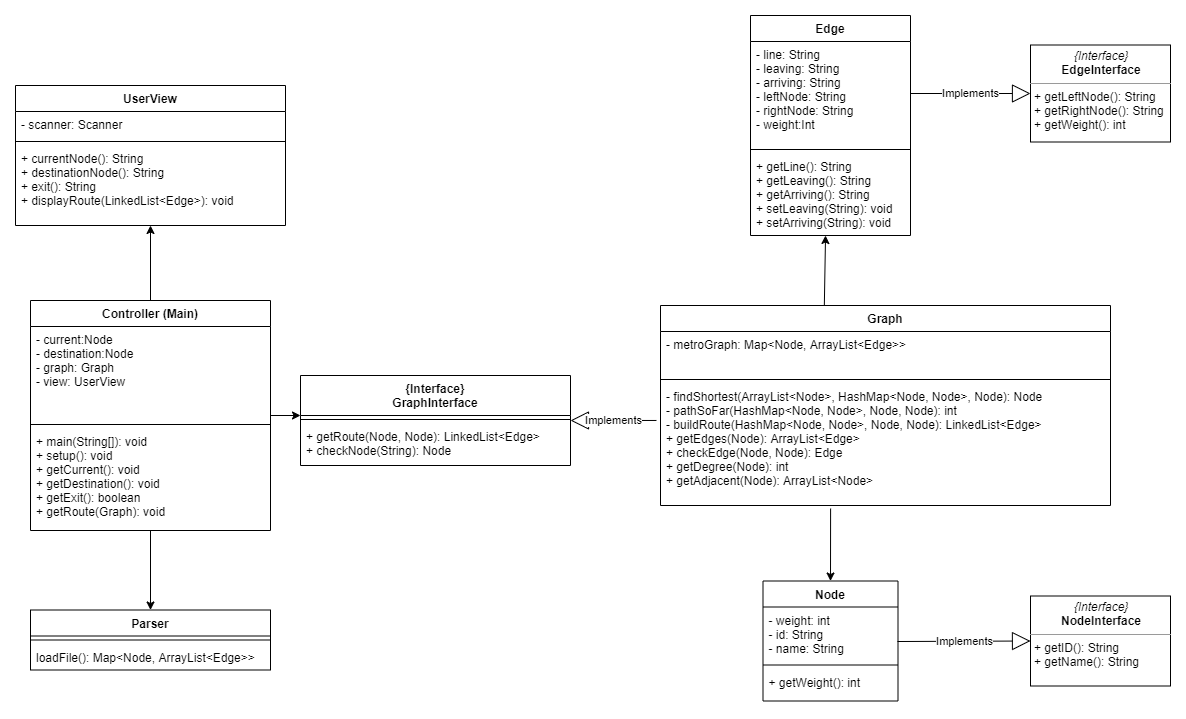
The draw.io diagram FinalBlockDiagram.png in thewolfaxe/CS308Metro, before a commit. Source tidied: cells renumbered, new cells last; positions are measured from the earlier drawing's top-left corner, leaving out a move shared by most shapes.
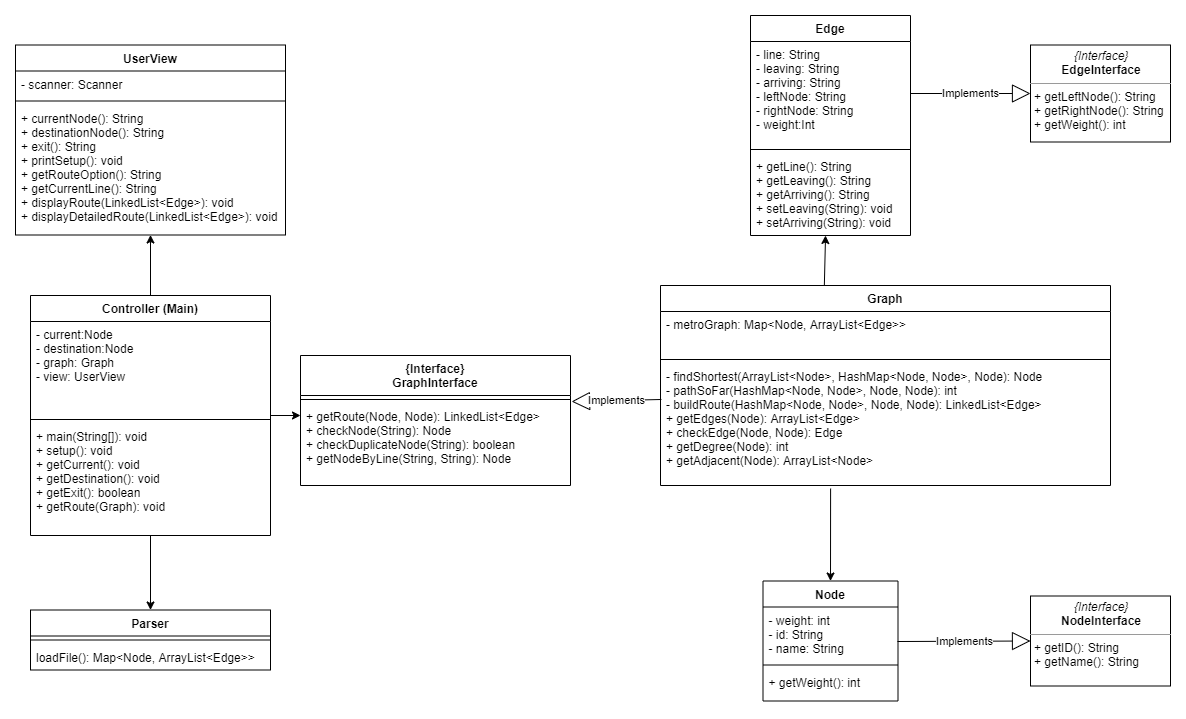
After the change.

The edit, as a diff of the source:
```diff
@@ -12,13 +12,13 @@
       <mxGeometry y="34" width="240" height="26" as="geometry" />
     </mxCell>
     <mxCell id="5" value="{Interface}&#10;GraphInterface" style="swimlane;fontStyle=1;align=center;verticalAlign=top;horizontal=1;startSize=40;" parent="1" vertex="1">
-      <mxGeometry x="285" y="360" width="270" height="90" as="geometry" />
+      <mxGeometry x="285" y="340" width="270" height="130" as="geometry" />
     </mxCell>
     <mxCell id="6" style="line;strokeWidth=1;fillColor=none;align=left;verticalAlign=middle;spacingTop=-1;spacingLeft=3;spacingRight=3;labelPosition=right;" parent="5" vertex="1">
       <mxGeometry y="40" width="270" height="8" as="geometry" />
     </mxCell>
-    <mxCell id="7" value="+ getRoute(Node, Node): LinkedList&lt;Edge&gt;&#10;+ checkNode(String): Node" style="text;strokeColor=none;fillColor=none;align=left;verticalAlign=top;spacingLeft=4;spacingRight=4;overflow=hidden;points=[[0,0.5],[1,0.5]];portConstraint=eastwest;" parent="5" vertex="1">
-      <mxGeometry y="48" width="270" height="42" as="geometry" />
+    <mxCell id="7" value="+ getRoute(Node, Node): LinkedList&lt;Edge&gt;&#10;+ checkNode(String): Node&#10;+ checkDuplicateNode(String): boolean&#10;+ getNodeByLine(String, String): Node" style="text;strokeColor=none;fillColor=none;align=left;verticalAlign=top;spacingLeft=4;spacingRight=4;overflow=hidden;points=[[0,0.5],[1,0.5]];portConstraint=eastwest;" parent="5" vertex="1">
+      <mxGeometry y="48" width="270" height="82" as="geometry" />
     </mxCell>
     <mxCell id="8" value="Node" style="swimlane;fontStyle=1;align=center;verticalAlign=top;horizontal=1;startSize=26;" parent="1" vertex="1">
       <mxGeometry x="747.5" y="565.5" width="135" height="120" as="geometry" />
@@ -40,11 +40,11 @@
     <mxCell id="13" style="edgeStyle=orthogonalEdgeStyle;rounded=0;jettySize=auto;html=1;" parent="1" edge="1" source="15" target="2">
       <mxGeometry relative="1" as="geometry" />
     </mxCell>
-    <mxCell id="14" style="edgeStyle=orthogonalEdgeStyle;rounded=0;jettySize=auto;html=1;entryX=0.5;entryY=1;entryDx=0;entryDy=0;" parent="1" edge="1" source="15" target="34">
+    <mxCell id="14" style="edgeStyle=orthogonalEdgeStyle;rounded=0;jettySize=auto;html=1;entryX=0.5;entryY=1;entryDx=0;entryDy=0;entryPerimeter=0;" parent="1" edge="1" source="15" target="37">
       <mxGeometry relative="1" as="geometry" />
     </mxCell>
     <mxCell id="15" value="Controller (Main)" style="swimlane;fontStyle=1;align=center;verticalAlign=top;horizontal=1;startSize=26;" parent="1" vertex="1">
-      <mxGeometry x="15" y="285" width="240" height="230" as="geometry" />
+      <mxGeometry x="15" y="280" width="240" height="240" as="geometry" />
     </mxCell>
     <mxCell id="16" value="- current:Node&#10;- destination:Node&#10;- graph: Graph&#10;- view: UserView" style="text;strokeColor=none;fillColor=none;align=left;verticalAlign=top;spacingLeft=4;spacingRight=4;overflow=hidden;" parent="15" vertex="1">
       <mxGeometry y="26" width="240" height="94" as="geometry" />
@@ -52,8 +52,8 @@
     <mxCell id="17" style="line;strokeWidth=1;fillColor=none;align=left;verticalAlign=middle;spacingTop=-1;spacingLeft=3;spacingRight=3;labelPosition=right;" parent="15" vertex="1">
       <mxGeometry y="120" width="240" height="8" as="geometry" />
     </mxCell>
-    <mxCell id="18" value="+ main(String[]): void&#10;+ setup(): void&#10;+ getCurrent(): void&#10;+ getDestination(): void&#10;+ getExit(): boolean&#10;+ getRoute(Graph): void" style="text;strokeColor=none;fillColor=none;align=left;verticalAlign=top;spacingLeft=4;spacingRight=4;overflow=hidden;" parent="15" vertex="1">
-      <mxGeometry y="128" width="240" height="102" as="geometry" />
+    <mxCell id="18" value="+ main(String[]): void&#10;+ setup(): void&#10;+ getCurrent(): void&#10;+ getDestination(): void&#10;+ getExit(): boolean&#10;+ getRoute(Graph): void&#10;" style="text;strokeColor=none;fillColor=none;align=left;verticalAlign=top;spacingLeft=4;spacingRight=4;overflow=hidden;" parent="15" vertex="1">
+      <mxGeometry y="128" width="240" height="112" as="geometry" />
     </mxCell>
     <mxCell id="19" value="&lt;p style=&quot;margin: 0px ; margin-top: 4px ; text-align: center&quot;&gt;&lt;i&gt;{Interface}&lt;/i&gt;&lt;br&gt;&lt;b&gt;NodeInterface&lt;/b&gt;&lt;/p&gt;&lt;hr size=&quot;1&quot;&gt;&lt;p style=&quot;margin: 0px ; margin-left: 4px&quot;&gt;&lt;span&gt;+ getID(): String&lt;/span&gt;&lt;br&gt;&lt;/p&gt;&lt;p style=&quot;margin: 0px ; margin-left: 4px&quot;&gt;+ getName(): String&lt;br&gt;&lt;/p&gt;" style="verticalAlign=top;align=left;overflow=fill;fontSize=12;fontFamily=Helvetica;html=1;" parent="1" vertex="1">
       <mxGeometry x="1015" y="580.5" width="140" height="90" as="geometry" />
@@ -73,7 +73,7 @@
     <mxCell id="24" value="&lt;p style=&quot;margin: 0px ; margin-top: 4px ; text-align: center&quot;&gt;&lt;i&gt;{Interface}&lt;/i&gt;&lt;br&gt;&lt;b&gt;EdgeInterface&lt;/b&gt;&lt;/p&gt;&lt;hr size=&quot;1&quot;&gt;&lt;p style=&quot;margin: 0px ; margin-left: 4px&quot;&gt;+ getLeftNode(): String&lt;br&gt;&lt;/p&gt;&lt;p style=&quot;margin: 0px ; margin-left: 4px&quot;&gt;+ getRightNode(): String&lt;/p&gt;&lt;p style=&quot;margin: 0px ; margin-left: 4px&quot;&gt;+ getWeight(): i&lt;span&gt;nt&lt;/span&gt;&lt;/p&gt;" style="verticalAlign=top;align=left;overflow=fill;fontSize=12;fontFamily=Helvetica;html=1;" parent="1" vertex="1">
       <mxGeometry x="1015" y="29.5" width="140" height="97" as="geometry" />
     </mxCell>
-    <mxCell id="25" value="Implements" style="endArrow=block;endSize=16;endFill=0;html=1;entryX=1;entryY=0.5;entryDx=0;entryDy=0;exitX=-0.009;exitY=0.303;exitDx=0;exitDy=0;exitPerimeter=0;" parent="1" edge="1" source="33" target="5">
+    <mxCell id="25" value="Implements" style="endArrow=block;endSize=16;endFill=0;html=1;entryX=1.004;entryY=-0.024;entryDx=0;entryDy=0;exitX=0.002;exitY=0.295;exitDx=0;exitDy=0;exitPerimeter=0;entryPerimeter=0;" parent="1" edge="1" source="33" target="7">
       <mxGeometry relative="1" as="geometry" />
     </mxCell>
     <mxCell id="26" value="Implements" style="endArrow=block;endSize=16;endFill=0;html=1;entryX=0;entryY=0.5;entryDx=0;entryDy=0;exitX=0.996;exitY=0.639;exitDx=0;exitDy=0;exitPerimeter=0;" parent="1" edge="1" source="9" target="19">
@@ -89,7 +89,7 @@
       <mxGeometry relative="1" as="geometry" />
     </mxCell>
     <mxCell id="30" value="Graph" style="swimlane;fontStyle=1;align=center;verticalAlign=top;horizontal=1;startSize=26;" parent="1" vertex="1">
-      <mxGeometry x="645" y="290" width="450" height="200" as="geometry" />
+      <mxGeometry x="645" y="270" width="450" height="200" as="geometry" />
     </mxCell>
     <mxCell id="31" value="- metroGraph: Map&lt;Node, ArrayList&lt;Edge&gt;&gt;&#10;" style="text;strokeColor=none;fillColor=none;align=left;verticalAlign=top;spacingLeft=4;spacingRight=4;overflow=hidden;" parent="30" vertex="1">
       <mxGeometry y="26" width="450" height="44" as="geometry" />
@@ -101,7 +101,7 @@
       <mxGeometry y="78" width="450" height="122" as="geometry" />
     </mxCell>
     <mxCell id="34" value="UserView" style="swimlane;fontStyle=1;align=center;verticalAlign=top;horizontal=1;startSize=26;" parent="1" vertex="1">
-      <mxGeometry y="70" width="270" height="140" as="geometry" />
+      <mxGeometry y="29.5" width="270" height="190" as="geometry" />
     </mxCell>
     <mxCell id="35" value="- scanner: Scanner" style="text;strokeColor=none;fillColor=none;align=left;verticalAlign=top;spacingLeft=4;spacingRight=4;overflow=hidden;" parent="34" vertex="1">
       <mxGeometry y="26" width="270" height="26" as="geometry" />
@@ -109,8 +109,8 @@
     <mxCell id="36" style="line;strokeWidth=1;fillColor=none;align=left;verticalAlign=middle;spacingTop=-1;spacingLeft=3;spacingRight=3;labelPosition=right;" parent="34" vertex="1">
       <mxGeometry y="52" width="270" height="8" as="geometry" />
     </mxCell>
-    <mxCell id="37" value="+ currentNode(): String&#10;+ destinationNode(): String&#10;+ exit(): String&#10;+ displayRoute(LinkedList&lt;Edge&gt;): void" style="text;strokeColor=none;fillColor=none;align=left;verticalAlign=top;spacingLeft=4;spacingRight=4;overflow=hidden;points=[[0,0.5],[1,0.5]];portConstraint=eastwest;" parent="34" vertex="1">
-      <mxGeometry y="60" width="270" height="80" as="geometry" />
+    <mxCell id="37" value="+ currentNode(): String&#10;+ destinationNode(): String&#10;+ exit(): String&#10;+ printSetup(): void&#10;+ getRouteOption(): String&#10;+ getCurrentLine(): String&#10;+ displayRoute(LinkedList&lt;Edge&gt;): void&#10;+ displayDetailedRoute(LinkedList&lt;Edge&gt;): void" style="text;strokeColor=none;fillColor=none;align=left;verticalAlign=top;spacingLeft=4;spacingRight=4;overflow=hidden;points=[[0,0.5],[1,0.5]];portConstraint=eastwest;" parent="34" vertex="1">
+      <mxGeometry y="60" width="270" height="130" as="geometry" />
     </mxCell>
   </root>
 </mxGraphModel>
```
